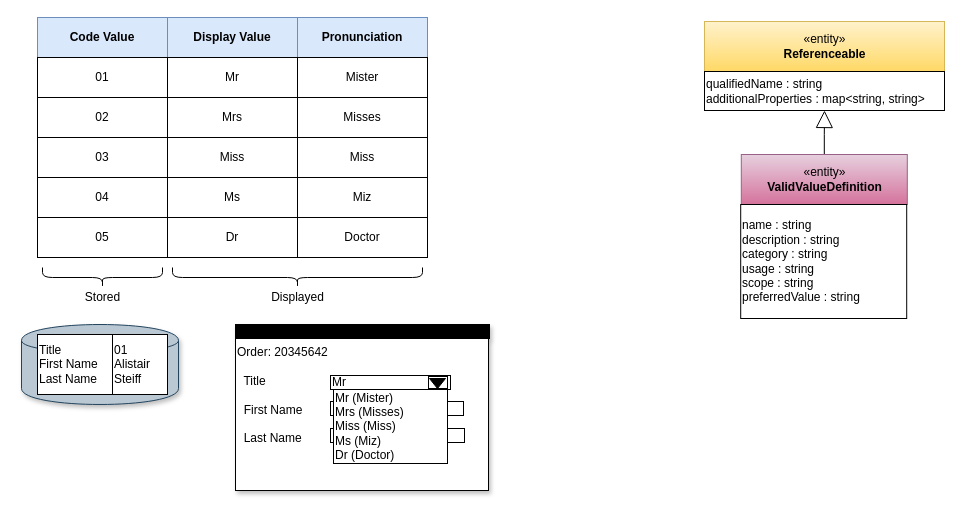
Above: page "information-codes" (1 of 8) of site/docs/features/reference-data-management/reference-data-management.drawio in odpi/egeria-docs (draw.io), before the change. Source tidied: cells renumbered, new cells numbered last; positions are measured from the earlier drawing's top-left corner, leaving out a move shared by most shapes. Both pictures are drawn from the tidied source at 100%, with x=0, y=0 at pixel (21, 17).
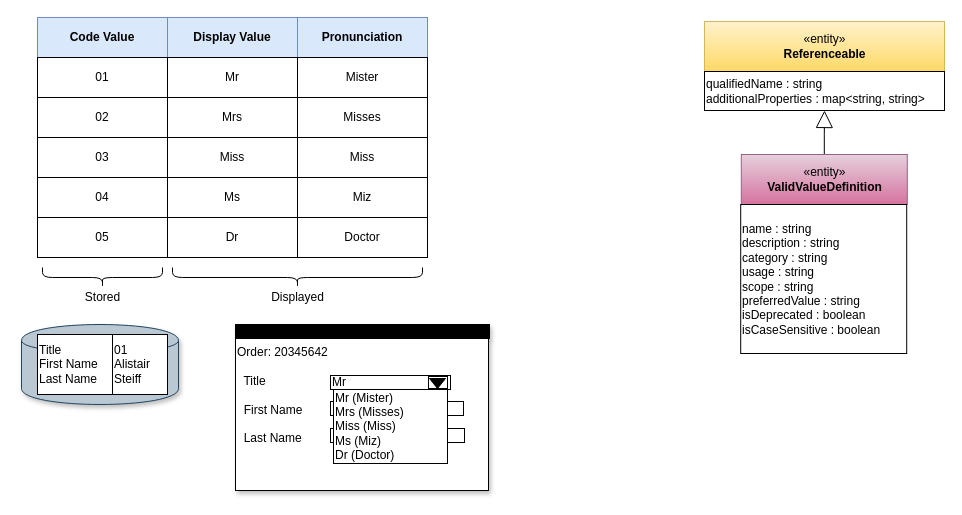
Above is the later version.

Diff of the diagram source:
```diff
@@
-    <mxCell id="39" value="&lt;span&gt;name : string&lt;br&gt;&lt;/span&gt;&lt;span&gt;description : string&lt;br&gt;&lt;/span&gt;category : string&lt;br&gt;&lt;span&gt;usage : string&lt;/span&gt;&lt;br&gt;&lt;span&gt;scope : string&lt;br&gt;preferredValue : string&lt;br&gt;&lt;/span&gt;" style="rounded=0;whiteSpace=wrap;html=1;strokeColor=#000000;gradientColor=#ffffff;align=left;" parent="1" vertex="1">
-      <mxGeometry x="719.2" y="187" width="166" height="114" as="geometry" />
+    <mxCell id="39" value="&lt;span&gt;name : string&lt;br&gt;&lt;/span&gt;&lt;span&gt;description : string&lt;br&gt;&lt;/span&gt;category : string&lt;br&gt;&lt;span&gt;usage : string&lt;/span&gt;&lt;br&gt;&lt;span&gt;scope : string&lt;br&gt;preferredValue : string&lt;br&gt;isDeprecated : boolean&lt;br&gt;isCaseSensitive : boolean&lt;br&gt;&lt;/span&gt;" style="rounded=0;whiteSpace=wrap;html=1;strokeColor=#000000;gradientColor=#ffffff;align=left;" parent="1" vertex="1">
+      <mxGeometry x="719.2" y="187" width="166" height="149" as="geometry" />
     </mxCell>
```
